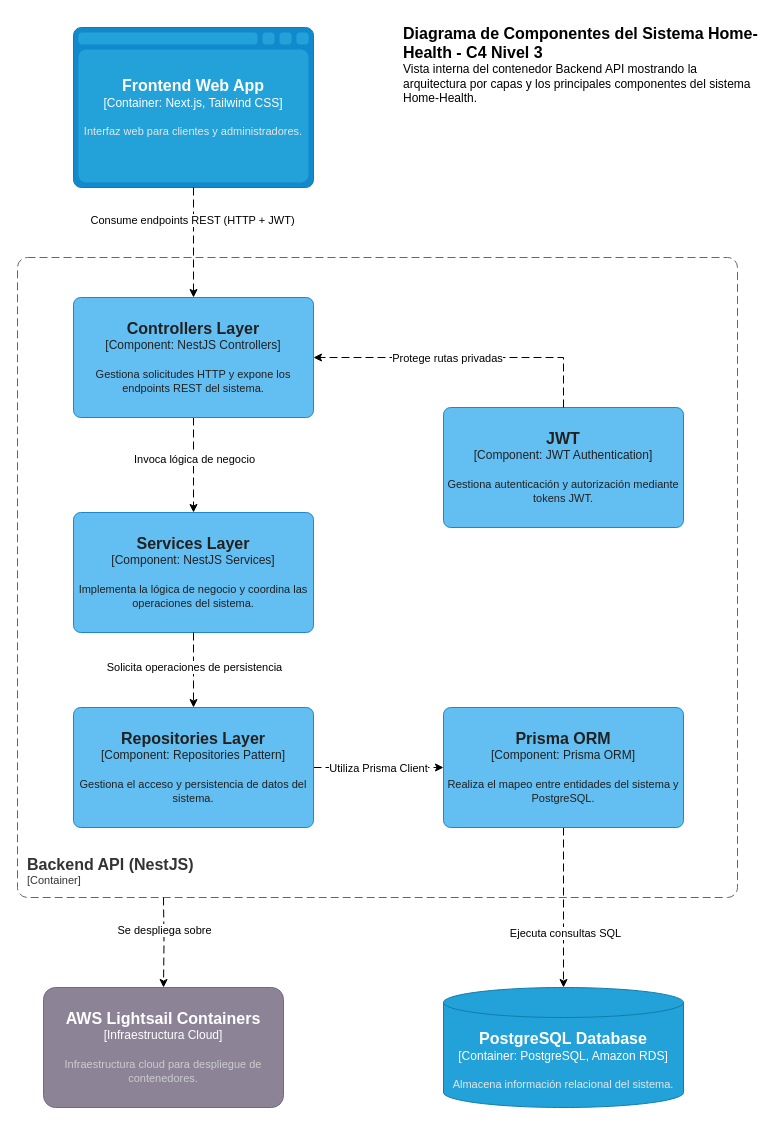
This is docs/03-arquitectura/soportes-diagramas/Soporte_C4_nivel3.drawio from SEBBAS-5pg/Home-Health, a draw.io file, before an edit. Source tidied: cells renumbered, new cells numbered last; positions are measured from the earlier drawing's top-left corner, leaving out a move shared by most shapes. Both pictures are drawn from the tidied source at 100%, with x=0, y=0 at pixel (17, 17).
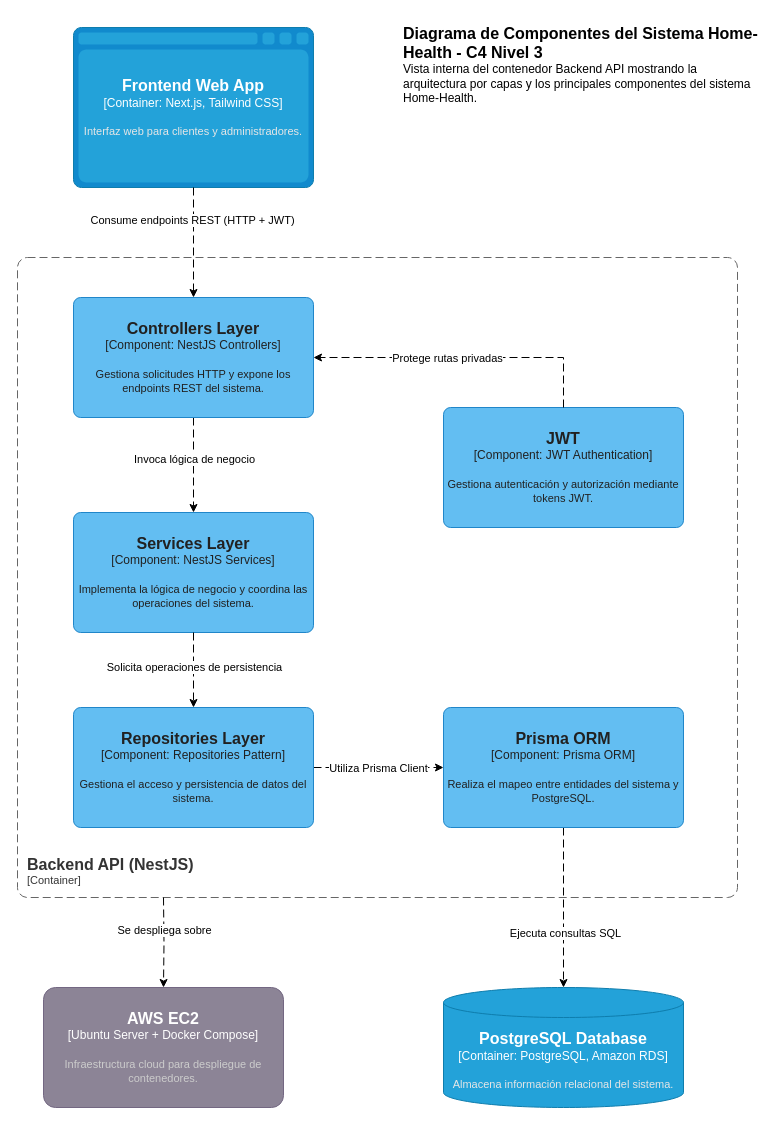
The same page after the edit.

Commit message (it also covers changes not shown here):
docs: update deployment architecture to AWS EC2

Diff of the diagram source:
```diff
@@
-    <object id="5" label="&lt;font style=&quot;font-size: 16px&quot;&gt;&lt;b&gt;%c4Name%&lt;/b&gt;&lt;/font&gt;&lt;div&gt;[%c4Type%]&lt;/div&gt;&lt;br&gt;&lt;div&gt;&lt;font style=&quot;font-size: 11px&quot;&gt;&lt;font color=&quot;#cccccc&quot;&gt;%c4Description%&lt;/font&gt;&lt;/div&gt;" c4Description="Infraestructura cloud para despliegue de contenedores." c4Name="AWS Lightsail Containers" c4Type="Infraestructura Cloud" placeholders="1">
+    <object id="5" label="&lt;font style=&quot;font-size: 16px&quot;&gt;&lt;b&gt;%c4Name%&lt;/b&gt;&lt;/font&gt;&lt;div&gt;[%c4Type%]&lt;/div&gt;&lt;br&gt;&lt;div&gt;&lt;font style=&quot;font-size: 11px&quot;&gt;&lt;font color=&quot;#cccccc&quot;&gt;%c4Description%&lt;/font&gt;&lt;/div&gt;" c4Description="Infraestructura cloud para despliegue de contenedores." c4Name="AWS EC2" c4Type="Ubuntu Server + Docker Compose" placeholders="1">
       <mxCell style="rounded=1;whiteSpace=wrap;html=1;labelBackgroundColor=none;fillColor=#8C8496;fontColor=#ffffff;align=center;arcSize=10;strokeColor=#736782;points=[[0.25,0,0],[0.5,0,0],[0.75,0,0],[1,0.25,0],[1,0.5,0],[1,0.75,0],[0.75,1,0],[0.5,1,0],[0.25,1,0],[0,0.75,0],[0,0.5,0],[0,0.25,0]];" parent="1" vertex="1">
         <mxGeometry x="26" y="970" width="240" height="120" as="geometry" />
       </mxCell>
     </object>
```
